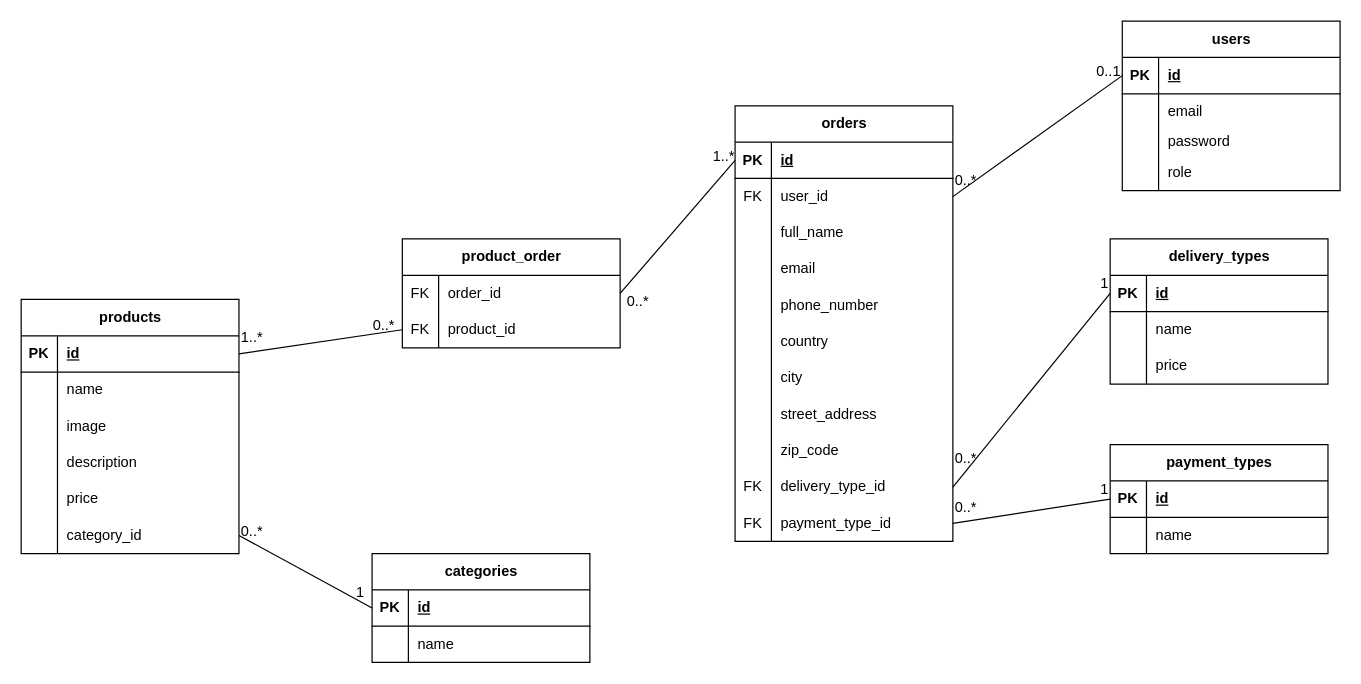
Before: docs/Entity_relationship_diagram.drawio in adam-alberty/wtech, a draw.io diagram. Source tidied: cells renumbered, new cells numbered last; positions are measured from the earlier drawing's top-left corner, leaving out a move shared by most shapes. Both pictures are drawn from the tidied source at 121%, with x=0, y=0 at pixel (21, 21).
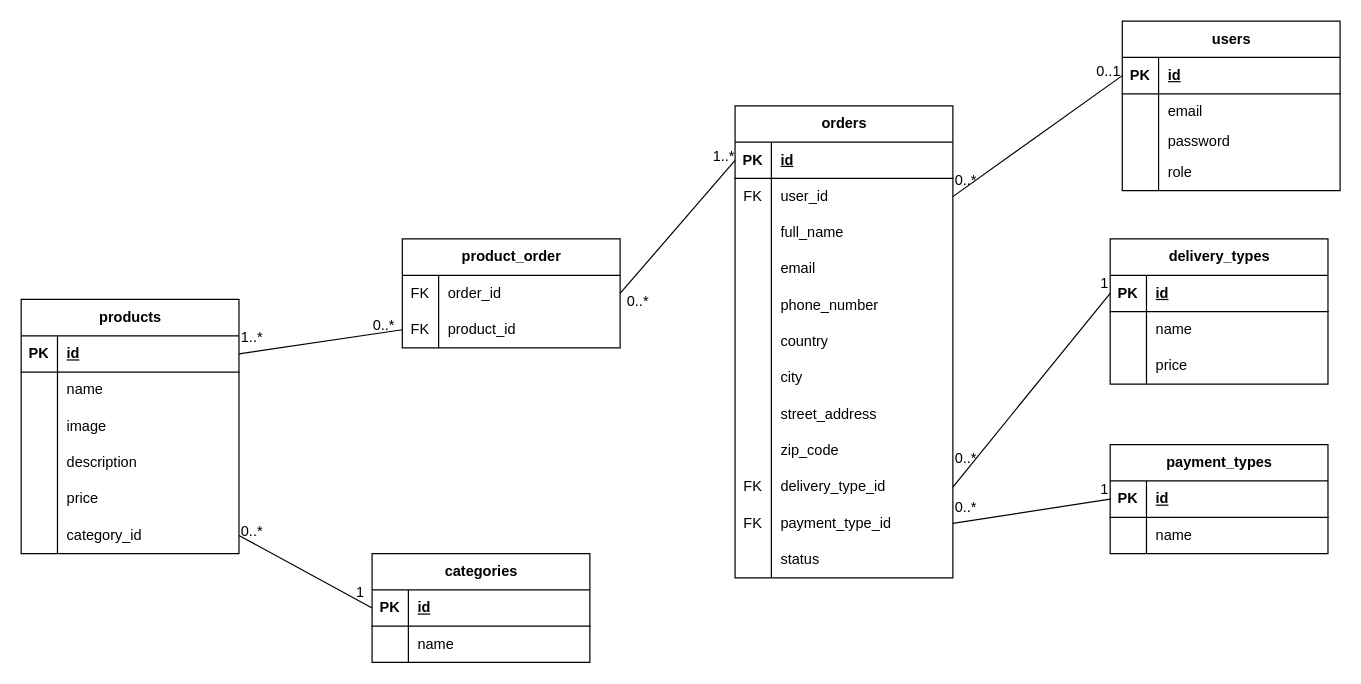
After the change.

Commit message:
add status to orders table

Change to the diagram source:
```diff
@@
     <mxCell id="15" value="&lt;div&gt;orders&lt;/div&gt;" style="shape=table;startSize=30;childLayout=tableLayout;rowLines=0;fontStyle=1;align=center;html=1;" parent="1" vertex="1">
-      <mxGeometry x="590" y="70" width="180" height="360" as="geometry" />
+      <mxGeometry x="590" y="70" width="180" height="390" as="geometry" />
     </mxCell>
@@
+    <mxCell id="117" style="shape=tableRow;horizontal=0;startSize=0;swimlaneHead=0;swimlaneBody=0;fillColor=none;top=0;left=0;right=0;bottom=0;" parent="15" vertex="1">
+      <mxGeometry y="360" width="180" height="30" as="geometry" />
+    </mxCell>
+    <mxCell id="118" style="shape=partialRectangle;fillColor=none;top=0;left=0;bottom=0;right=0;overflow=hidden;whiteSpace=wrap;html=1;" parent="117" vertex="1">
+      <mxGeometry width="30" height="30" as="geometry" />
+    </mxCell>
+    <mxCell id="119" value="status" style="shape=partialRectangle;fillColor=none;top=0;left=0;bottom=0;right=0;align=left;spacingLeft=6;overflow=hidden;whiteSpace=wrap;html=1;" parent="117" vertex="1">
+      <mxGeometry x="30" width="150" height="30" as="geometry" />
+    </mxCell>
```
